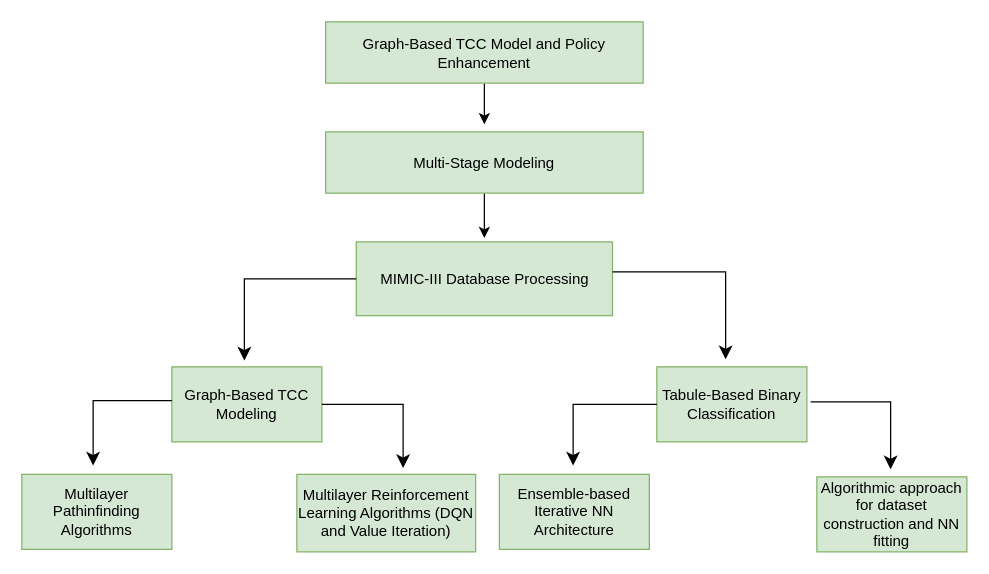
Above: page "Page-17" (17 of 17) of mimic3/visualize/visualize.drawio in karen-gishyan/project (draw.io), before the change. Source tidied: cells renumbered, new cells numbered last; positions are measured from the earlier drawing's top-left corner, leaving out a move shared by most shapes. Both pictures are drawn from the tidied source at 125%, with x=0, y=0 at pixel (21, 21).
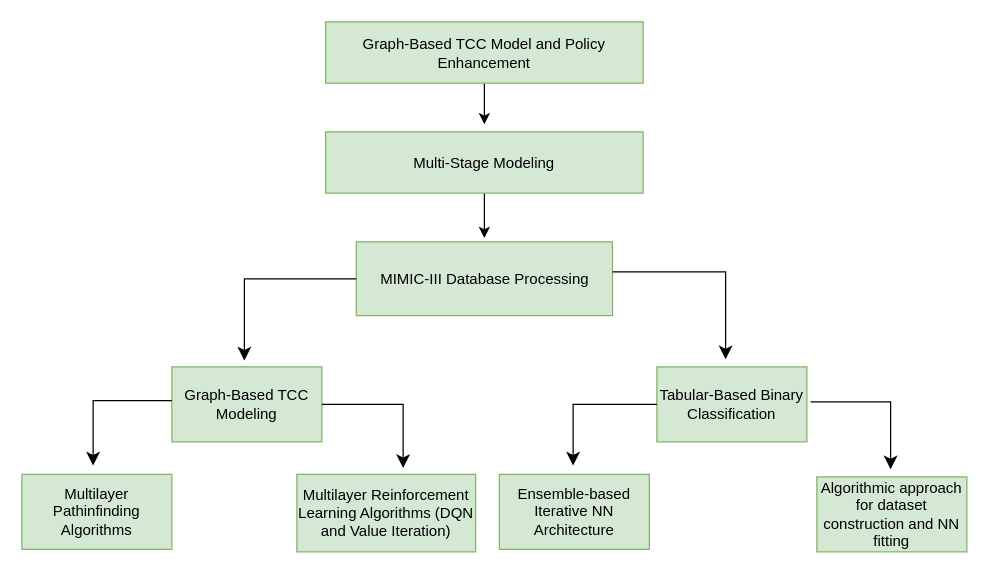
The same diagram, later.

Diff of the diagram source:
```diff
@@
-    <mxCell id="8" value="Tabule-Based Binary Classification" style="rounded=0;whiteSpace=wrap;html=1;fillColor=#d5e8d4;strokeColor=#82b366;" parent="1" vertex="1">
+    <mxCell id="8" value="Tabular-Based Binary Classification" style="rounded=0;whiteSpace=wrap;html=1;fillColor=#d5e8d4;strokeColor=#82b366;" parent="1" vertex="1">
       <mxGeometry x="508" y="276" width="120" height="60" as="geometry" />
     </mxCell>
```
